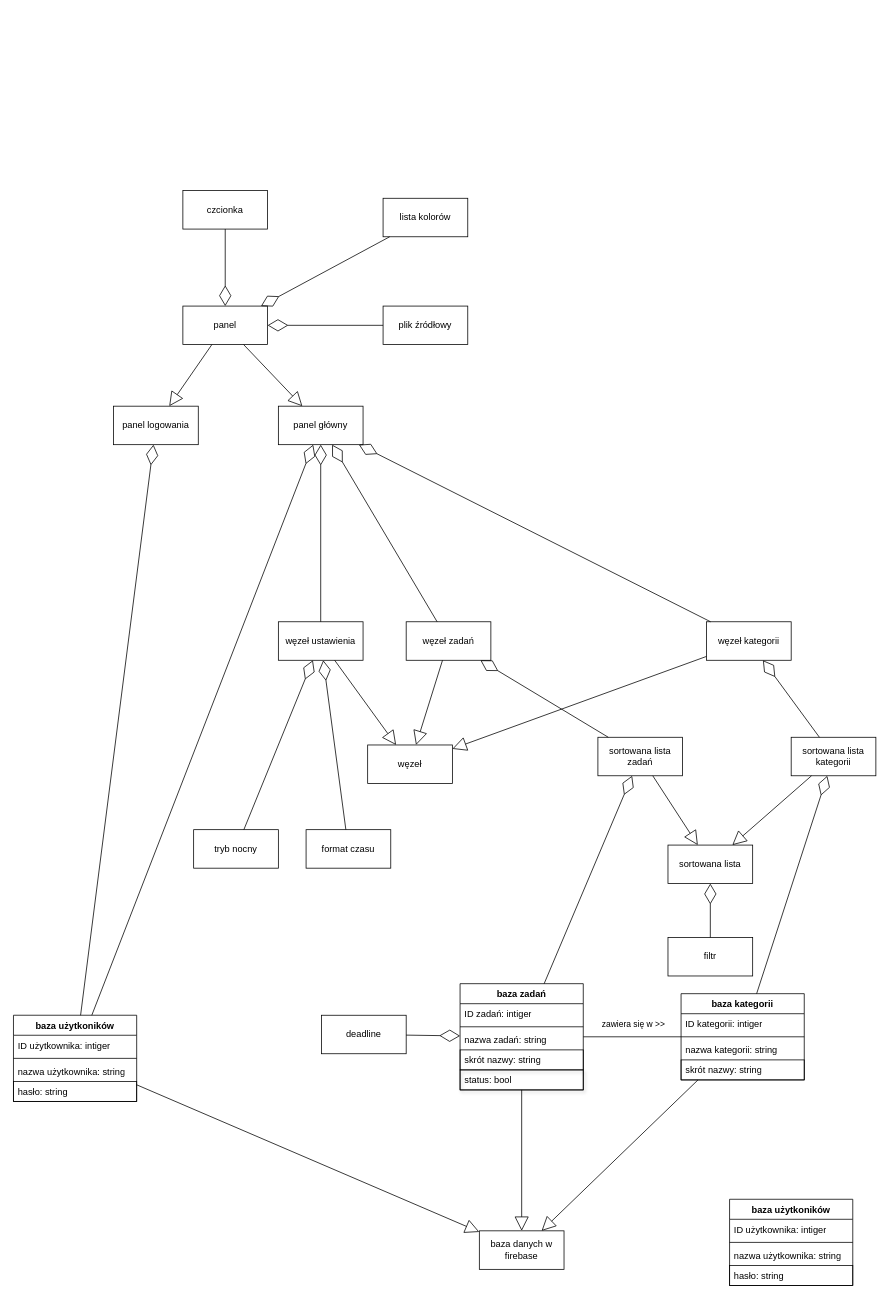
KacperJarosik/TaskList-UML keeps this draw.io diagram as TaskList.drawio. Above is the earlier version. Source tidied: cells renumbered, new cells numbered last; positions are measured from the earlier drawing's top-left corner, leaving out a move shared by most shapes. Both pictures are drawn from the tidied source at 77%, with x=0, y=0 at pixel (13, 190).
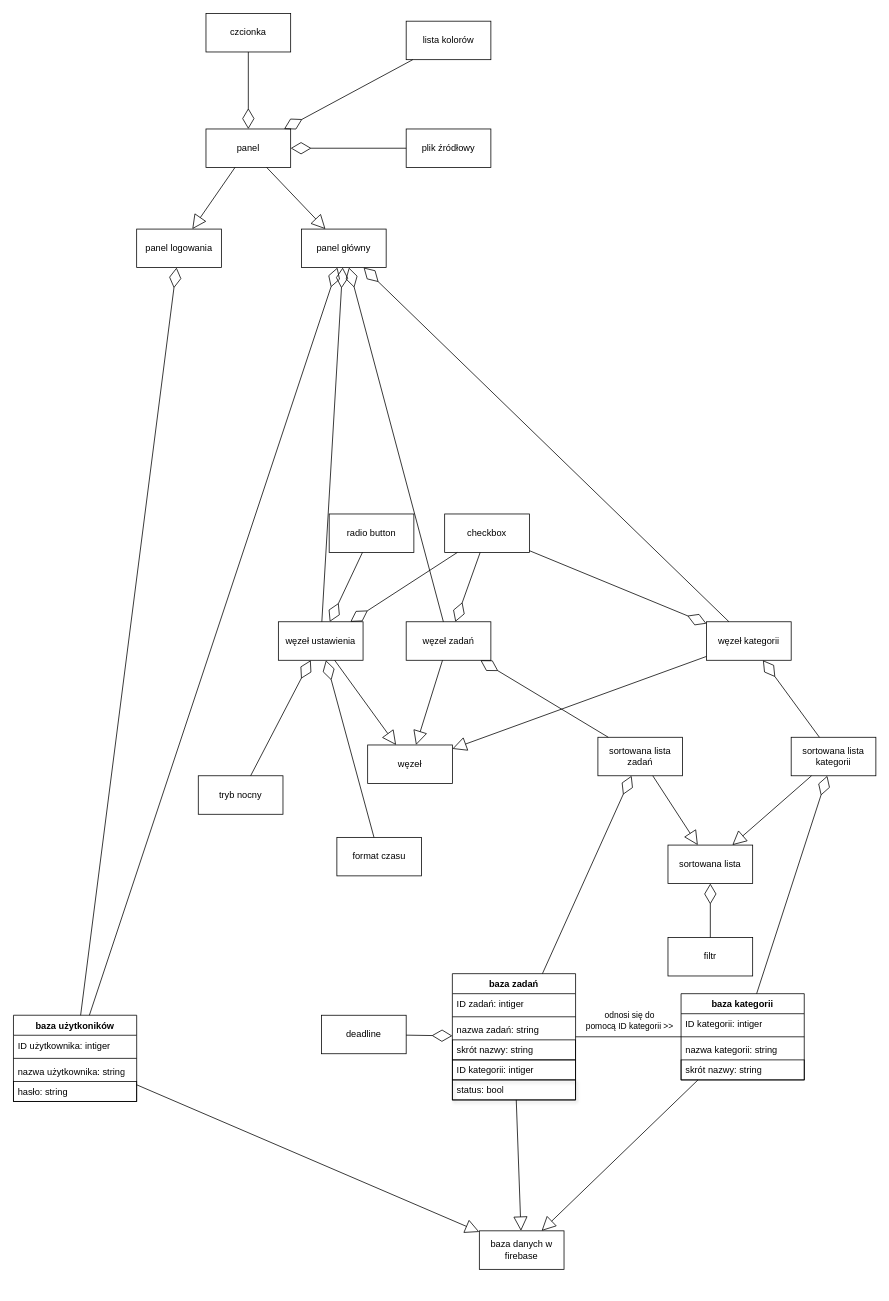
The same page after the edit.

The change refers to these unchanged cells:
```xml
<mxCell id="27" style="endArrow=none;html=1;edgeStyle=orthogonalEdgeStyle;rounded=0;" parent="1" edge="1" source="14" target="9">
  <mxGeometry relative="1" as="geometry" />
</mxCell>
<mxCell id="52" value="węzeł ustawienia" style="html=1;whiteSpace=wrap;" parent="1" vertex="1">
  <mxGeometry x="344" y="560" width="110" height="50" as="geometry" />
</mxCell>
<mxCell id="53" value="węzeł zadań" style="html=1;whiteSpace=wrap;" parent="1" vertex="1">
  <mxGeometry x="510" y="560" width="110" height="50" as="geometry" />
</mxCell>
<mxCell id="54" value="węzeł kategorii" style="html=1;whiteSpace=wrap;" parent="1" vertex="1">
  <mxGeometry x="900" y="560" width="110" height="50" as="geometry" />
</mxCell>
```

Change to the diagram source:
```diff
@@
     <mxCell id="2" value="panel logowania" style="html=1;whiteSpace=wrap;" parent="1" vertex="1">
-      <mxGeometry x="130" y="280" width="110" height="50" as="geometry" />
+      <mxGeometry x="160" y="50" width="110" height="50" as="geometry" />
     </mxCell>
     <mxCell id="3" value="panel główny" style="html=1;whiteSpace=wrap;" parent="1" vertex="1">
-      <mxGeometry x="344" y="280" width="110" height="50" as="geometry" />
+      <mxGeometry x="374" y="50" width="110" height="50" as="geometry" />
     </mxCell>
     <mxCell id="4" value="panel" style="html=1;whiteSpace=wrap;" parent="1" vertex="1">
-      <mxGeometry x="220" y="150" width="110" height="50" as="geometry" />
+      <mxGeometry x="250" y="-80" width="110" height="50" as="geometry" />
     </mxCell>
@@
     <mxCell id="14" value="baza zadań" style="swimlane;fontStyle=1;align=center;verticalAlign=top;horizontal=1;startSize=26;whiteSpace=wrap;html=1;" parent="1" vertex="1">
-      <mxGeometry x="580" y="1030" width="160" height="138" as="geometry" />
+      <mxGeometry x="570" y="1017" width="160" height="164" as="geometry" />
     </mxCell>
@@
+    <mxCell id="69" value="ID kategorii: intiger" style="text;strokeColor=#000000;fillColor=none;align=left;verticalAlign=top;spacingLeft=4;spacingRight=4;overflow=hidden;whiteSpace=wrap;html=1;" parent="14" vertex="1">
+      <mxGeometry y="112" width="160" height="26" as="geometry" />
+    </mxCell>
     <mxCell id="19" value="status: bool" style="text;strokeColor=#000000;fillColor=none;align=left;verticalAlign=top;spacingLeft=4;spacingRight=4;overflow=hidden;whiteSpace=wrap;html=1;shadow=1;" parent="14" vertex="1">
-      <mxGeometry y="112" width="160" height="26" as="geometry" />
+      <mxGeometry y="138" width="160" height="26" as="geometry" />
     </mxCell>
@@
-    <mxCell id="28" value="zawiera się w &amp;gt;&amp;gt;" style="edgeLabel;html=1;align=center;verticalAlign=middle;" parent="27" vertex="1">
+    <mxCell id="28" value="odnosi się do &lt;br&gt;pomocą&amp;nbsp;ID kategorii &amp;gt;&amp;gt;" style="edgeLabel;html=1;align=center;verticalAlign=middle;" parent="27" vertex="1">
       <mxGeometry y="4" relative="1" as="geometry">
-        <mxPoint y="-13" as="offset" />
+        <mxPoint y="-18" as="offset" />
       </mxGeometry>
     </mxCell>
@@
     <mxCell id="32" value="lista kolorów" style="html=1;whiteSpace=wrap;" parent="1" vertex="1">
-      <mxGeometry x="480" y="10" width="110" height="50" as="geometry" />
+      <mxGeometry x="510" y="-220" width="110" height="50" as="geometry" />
     </mxCell>
@@
     <mxCell id="37" value="plik źródłowy" style="html=1;whiteSpace=wrap;" parent="1" vertex="1">
-      <mxGeometry x="480" y="150" width="110" height="50" as="geometry" />
+      <mxGeometry x="510" y="-80" width="110" height="50" as="geometry" />
     </mxCell>
@@
-    <mxCell id="46" value="baza użytkoników" style="swimlane;fontStyle=1;align=center;verticalAlign=top;horizontal=1;startSize=26;whiteSpace=wrap;html=1;" parent="1" vertex="1">
-      <mxGeometry x="930" y="1310" width="160" height="112" as="geometry" />
-    </mxCell>
-    <mxCell id="47" value="ID użytkownika: intiger" style="text;strokeColor=none;fillColor=none;align=left;verticalAlign=top;spacingLeft=4;spacingRight=4;overflow=hidden;whiteSpace=wrap;html=1;" parent="46" vertex="1">
-      <mxGeometry y="26" width="160" height="26" as="geometry" />
-    </mxCell>
-    <mxCell id="48" style="line;strokeWidth=1;fillColor=none;align=left;verticalAlign=middle;spacingTop=-1;spacingLeft=3;spacingRight=3;labelPosition=right;strokeColor=inherit;" parent="46" vertex="1">
-      <mxGeometry y="52" width="160" height="8" as="geometry" />
-    </mxCell>
-    <mxCell id="49" value="&lt;div&gt;nazwa użytkownika: string&lt;/div&gt;" style="text;strokeColor=none;fillColor=none;align=left;verticalAlign=top;spacingLeft=4;spacingRight=4;overflow=hidden;whiteSpace=wrap;html=1;" parent="46" vertex="1">
-      <mxGeometry y="60" width="160" height="26" as="geometry" />
-    </mxCell>
-    <mxCell id="50" value="&lt;div&gt;hasło: string&lt;/div&gt;" style="text;strokeColor=#000000;fillColor=none;align=left;verticalAlign=top;spacingLeft=4;spacingRight=4;overflow=hidden;whiteSpace=wrap;html=1;" parent="46" vertex="1">
-      <mxGeometry y="86" width="160" height="26" as="geometry" />
-    </mxCell>
@@
     <mxCell id="63" value="czcionka" style="html=1;whiteSpace=wrap;" parent="1" vertex="1">
-      <mxGeometry x="220" width="110" height="50" as="geometry" />
+      <mxGeometry x="250" y="-230" width="110" height="50" as="geometry" />
     </mxCell>
@@
     <mxCell id="65" value="tryb nocny" style="html=1;whiteSpace=wrap;" parent="1" vertex="1">
-      <mxGeometry x="234" y="830" width="110" height="50" as="geometry" />
+      <mxGeometry x="240" y="760" width="110" height="50" as="geometry" />
     </mxCell>
     <mxCell id="66" value="format czasu" style="html=1;whiteSpace=wrap;" parent="1" vertex="1">
-      <mxGeometry x="380" y="830" width="110" height="50" as="geometry" />
+      <mxGeometry x="420" y="840" width="110" height="50" as="geometry" />
     </mxCell>
@@
+    <mxCell id="70" value="checkbox" style="html=1;whiteSpace=wrap;" parent="1" vertex="1">
+      <mxGeometry x="560" y="420" width="110" height="50" as="geometry" />
+    </mxCell>
+    <mxCell id="71" style="endArrow=diamondThin;endFill=0;endSize=24;html=1;rounded=0;" parent="1" edge="1" source="70" target="54">
+      <mxGeometry relative="1" as="geometry" />
+    </mxCell>
+    <mxCell id="72" style="endArrow=diamondThin;endFill=0;endSize=24;html=1;rounded=0;" parent="1" edge="1" source="70" target="53">
+      <mxGeometry relative="1" as="geometry" />
+    </mxCell>
+    <mxCell id="73" style="endArrow=diamondThin;endFill=0;endSize=24;html=1;rounded=0;" parent="1" edge="1" source="70" target="52">
+      <mxGeometry relative="1" as="geometry" />
+    </mxCell>
+    <mxCell id="74" value="radio button" style="html=1;whiteSpace=wrap;" parent="1" vertex="1">
+      <mxGeometry x="410" y="420" width="110" height="50" as="geometry" />
+    </mxCell>
+    <mxCell id="75" style="endArrow=diamondThin;endFill=0;endSize=24;html=1;rounded=0;" parent="1" edge="1" source="74" target="52">
+      <mxGeometry relative="1" as="geometry" />
+    </mxCell>
```
